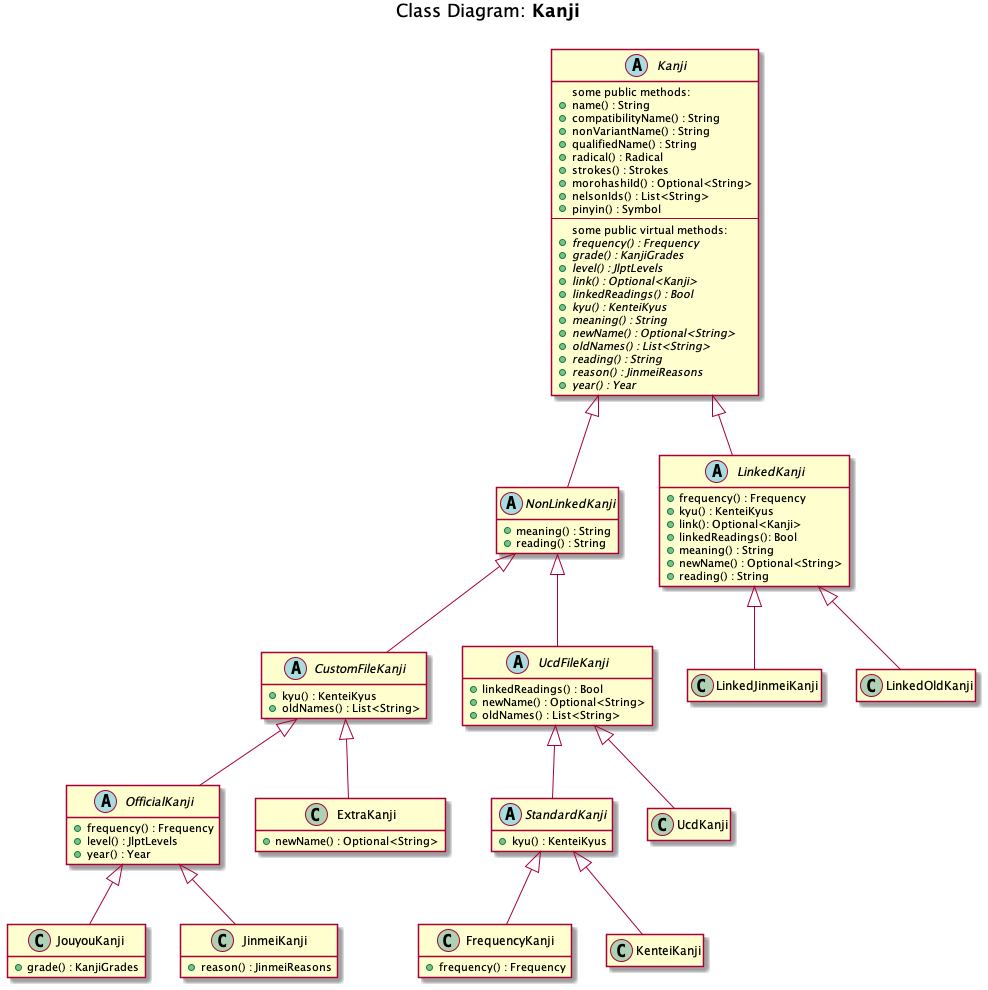
The PlantUML diagram docs/diagrams/out/Class_Kanji/Class_Kanji.png in anzumura/kanji-tools, before a commit.
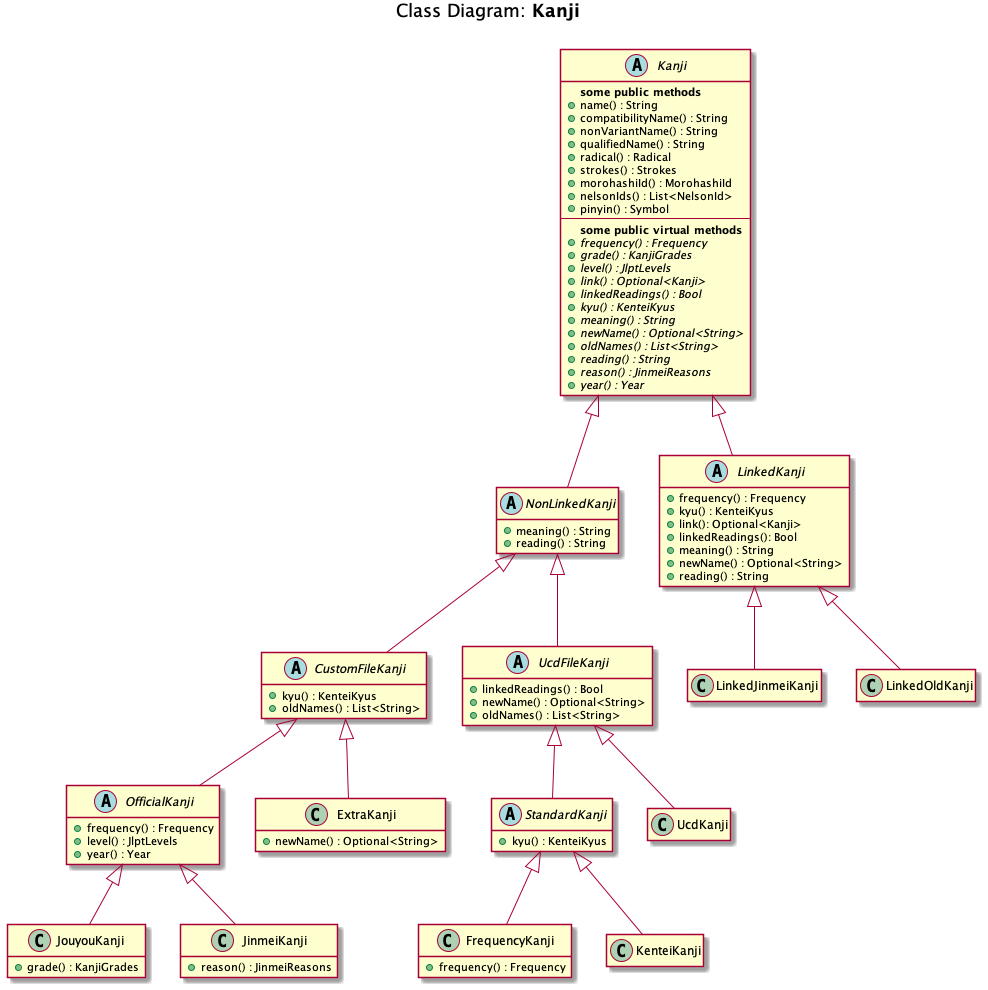
After the change.

Commit message:
add some notes for class diagrams

The edit, as a diff of the source:
```diff
@@ -2,18 +2,18 @@
 title Class Diagram: <b>Kanji</b>\n
 
 abstract Kanji {
-  some public methods:
+  <b>some public methods</b>
   +name() : String
   +compatibilityName() : String
   +nonVariantName() : String
   +qualifiedName() : String
   +radical() : Radical
   +strokes() : Strokes
-  +morohashiId() : Optional<String>
-  +nelsonIds() : List<String>
+  +morohashiId() : MorohashiId
+  +nelsonIds() : List<NelsonId>
   +pinyin() : Symbol
   --
-  some public virtual methods:
+  <b>some public virtual methods</b>
   {abstract} +frequency() : Frequency
   {abstract} +grade() : KanjiGrades
   {abstract} +level() : JlptLevels
```
